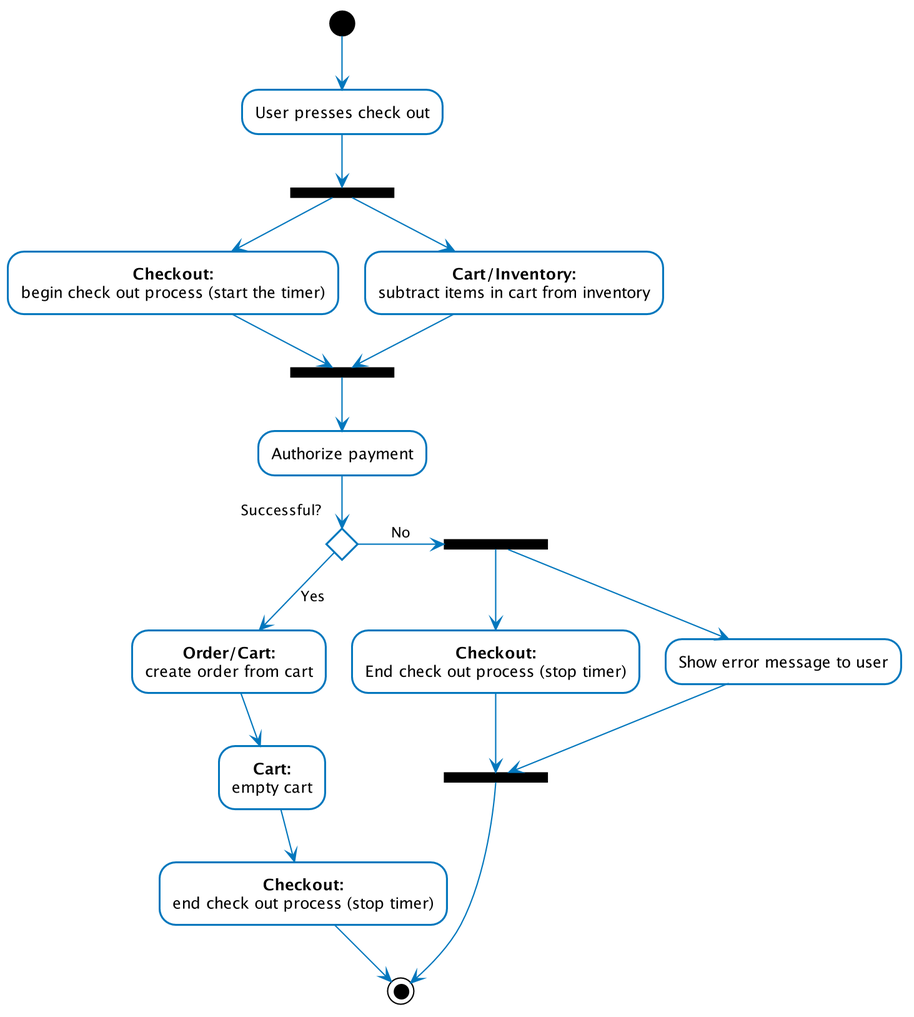
Earlier version of the PlantUML export doc/diagrams/checkout.png (BU-NU-CLOUD-F19/Cloud_Based_E-Commerce_Platform). Its diagram source:
```plantuml
@startuml







skinparam {
}





skinparam {

    DPI 200
    Shadowing false
    DefaultFontName Roboto Condensed
    DefaultMonospacedFontName Inconsolata
    DefaultFontColor #000


    ArrowColor #0277BD
    ActivityBorderColor #0277BD
    ActivityDiamondBorderColor #0277BD
    ActorBorderColor #0277BD
    AgentBorderColor #0277BD
    ArtifactBorderColor #0277BD
    BoundaryBorderColor #0277BD
    ClassBorderColor #0277BD
    CloudBorderColor #0277BD
    CollectionsBorderColor #0277BD
    ComponentBorderColor #0277BD
    ControlBorderColor #0277BD
    DatabaseBorderColor #0277BD
    EntityBorderColor #0277BD
    FileBorderColor #0277BD
    FolderBorderColor #0277BD
    FrameBorderColor #0277BD
    InterfaceBorderColor #0277BD
    LegendBorderColor #0277BD
    NodeBorderColor #0277BD
    NoteBorderColor #0277BD
    ObjectBorderColor #0277BD
    PackageBorderColor #0277BD
    ParticipantBorderColor #0277BD
    PartitionBorderColor #0277BD
    QueueBorderColor #0277BD
    RectangleBorderColor #0277BD
    SequenceBoxBorderColor #0277BD
    SequenceDividerBorderColor #0277BD
    SequenceGroupBorderColor #0277BD
    SequenceLifeLineBorderColor #0277BD
    SequenceReferenceBorderColor #0277BD
    StackBorderColor #0277BD
    StateBorderColor #0277BD
    StorageBorderColor #0277BD
    SwimlaneBorderColor #0277BD
    UsecaseBorderColor #0277BD


    ActivityBackgroundColor #FFF
    ActivityDiamondBackgroundColor #FFF
    ActorBackgroundColor #FFF
    AgentBackgroundColor #FFF
    ArtifactBackgroundColor #FFF
    BackgroundColor #FFF
    BoundaryBackgroundColor #FFF
    ClassBackgroundColor #FFF
    ClassHeaderBackgroundColor #FFF
    CloudBackgroundColor #FFF
    CollectionsBackgroundColor #FFF
    ComponentBackgroundColor #FFF
    ControlBackgroundColor #FFF
    DatabaseBackgroundColor #FFF
    EntityBackgroundColor #FFF
    FileBackgroundColor #FFF
    FolderBackgroundColor #FFF
    FrameBackgroundColor #FFF
    IconPackageBackgroundColor #FFF
    IconPrivateBackgroundColor #FFF
    IconProtectedBackgroundColor #FFF
    IconPublicBackgroundColor #FFF
    InterfaceBackgroundColor #FFF
    LegendBackgroundColor #FFF
    NodeBackgroundColor #FFF
    NoteBackgroundColor #FFF
    ObjectBackgroundColor #FFF
    PackageBackgroundColor #FFF
    ParticipantBackgroundColor #FFF
    PartitionBackgroundColor #FFF
    QueueBackgroundColor #FFF
    RectangleBackgroundColor #FFF
    SequenceBoxBackgroundColor #FFF
    SequenceDividerBackgroundColor #FFF
    SequenceGroupBackgroundColor #FFF
    SequenceGroupBodyBackgroundColor #FFF
    SequenceLifeLineBackgroundColor #FFF
    SequenceReferenceBackgroundColor #FFF
    SequenceReferenceHeaderBackgroundColor #FFF
    StackBackgroundColor #FFF
    StateBackgroundColor #FFF
    StereotypeABackgroundColor #FFF
    StereotypeCBackgroundColor #FFF
    StereotypeEBackgroundColor #FFF
    StereotypeIBackgroundColor #FFF
    StereotypeNBackgroundColor #FFF
    StorageBackgroundColor #FFF
    TitleBackgroundColor #FFF
    UsecaseBackgroundColor #FFF




    roundcorner 8

    NoteFontName Roboto Condensed
    NoteFontStyle Italic

}
(*) --> "User presses check out"
    -->===PAR1_START===

    ===PAR1_START=== --> "**Checkout:**\nbegin check out process (start the timer)"
      -->===PAR1_END===

    ===PAR1_START=== --> "**Cart/Inventory:**\nsubtract items in cart from inventory"
      -->===PAR1_END===

    ===PAR1_END===--> "Authorize payment"

if "Successful?" then
  -->[Yes] "**Order/Cart:**\ncreate order from cart"
  --> "**Cart:**\nempty cart"
  --> "**Checkout:**\nend check out process (stop timer)"
  --> (*)
else
  ->[No] ===PAR2_START===

  ===PAR2_START=== --> "Show error message to user"
    --> ===PAR2_END===

  ===PAR2_START=== --> "**Checkout:**\nEnd check out process (stop timer)"
    --> ===PAR2_END===

  ===PAR2_END===--> (*)
@enduml
```
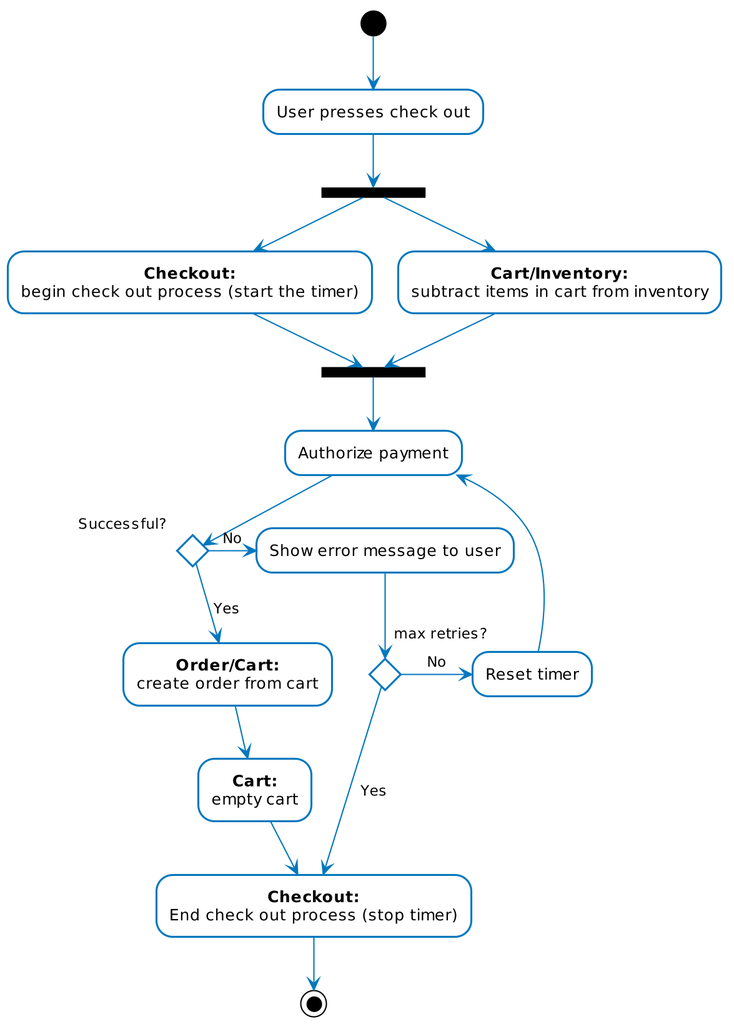
Above is the later version.

Change to the diagram source:
```diff
@@ -134,16 +134,14 @@
 if "Successful?" then
   -->[Yes] "**Order/Cart:**\ncreate order from cart"
   --> "**Cart:**\nempty cart"
-  --> "**Checkout:**\nend check out process (stop timer)"
-  --> (*)
+  --> "**Checkout:**\nEnd check out process (stop timer)"
 else
-  ->[No] ===PAR2_START===
+  -right->[No] "Show error message to user"
+  if "max retries?" then
+    -->[Yes] "**Checkout:**\nEnd check out process (stop timer)"
+  else
+    -right->[No] "Reset timer"
+    -up-> "Authorize payment"
 
-  ===PAR2_START=== --> "Show error message to user"
-    --> ===PAR2_END===
-
-  ===PAR2_START=== --> "**Checkout:**\nEnd check out process (stop timer)"
-    --> ===PAR2_END===
-
-  ===PAR2_END===--> (*)
+"**Checkout:**\nEnd check out process (stop timer)" --> (*)
 @enduml
```
